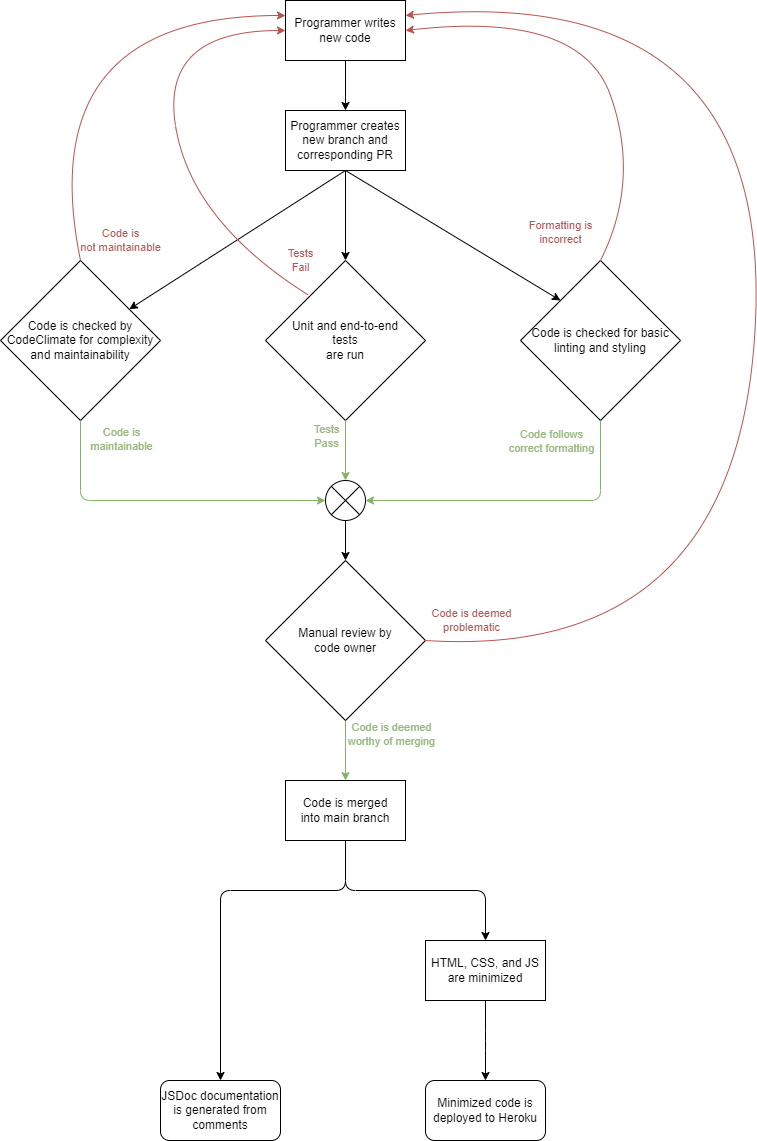
The draw.io diagram admin/cipipeline/pipeline.drawio.png in cse112-sp22-group13/cse112-sp22-group13, before a commit. Source tidied: cells renumbered, new cells last; positions are measured from the earlier drawing's top-left corner, leaving out a move shared by most shapes.
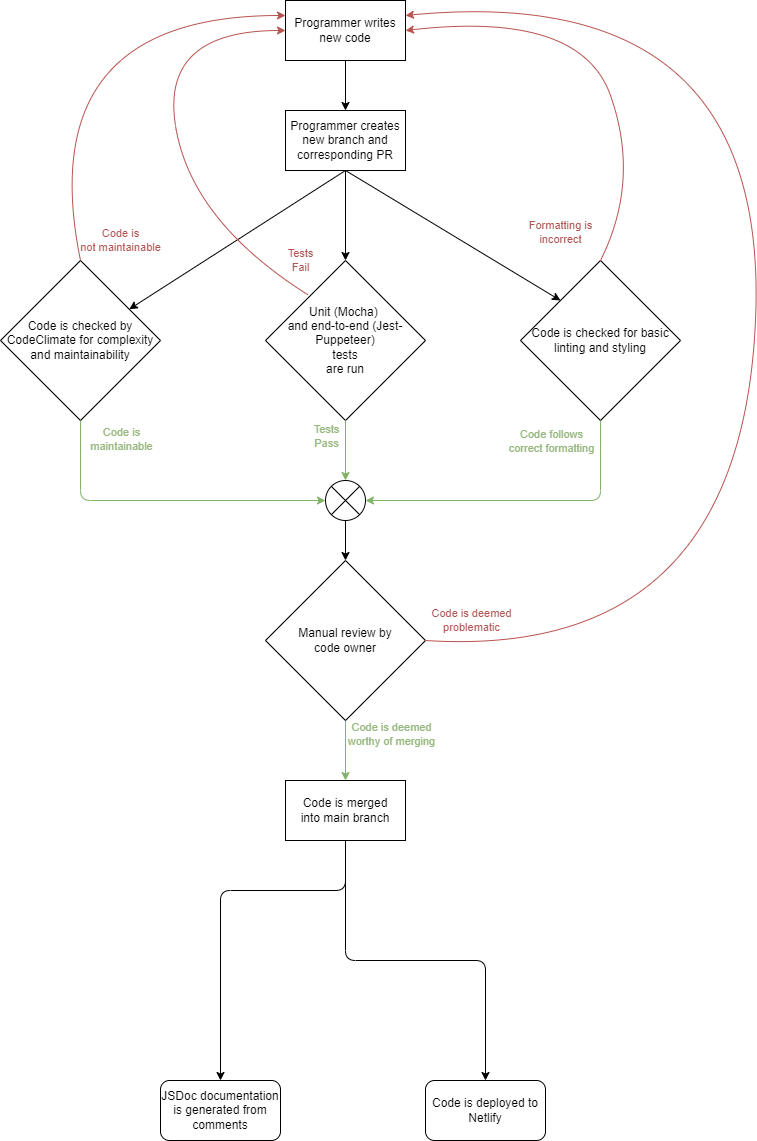
The same file after the commit.

Change to the diagram source:
```diff
@@ -14,7 +14,7 @@
     <mxCell id="5" value="Code is checked by CodeClimate for complexity and maintainability" style="rhombus;whiteSpace=wrap;html=1;" parent="1" vertex="1">
       <mxGeometry y="280" width="160" height="160" as="geometry" />
     </mxCell>
-    <mxCell id="6" value="Unit and end-to-end&lt;br&gt;tests&lt;br&gt;are run" style="rhombus;whiteSpace=wrap;html=1;" parent="1" vertex="1">
+    <mxCell id="6" value="Unit (Mocha) &lt;br&gt;and end-to-end (Jest-Puppeteer)&lt;br&gt;tests&lt;br&gt;are run" style="rhombus;whiteSpace=wrap;html=1;" parent="1" vertex="1">
       <mxGeometry x="265" y="280" width="160" height="160" as="geometry" />
     </mxCell>
     <mxCell id="7" value="Code is checked for basic linting and styling" style="rhombus;whiteSpace=wrap;html=1;" parent="1" vertex="1">
@@ -135,9 +135,6 @@
     <mxCell id="31" value="JSDoc documentation is generated from comments" style="rounded=1;whiteSpace=wrap;html=1;labelBackgroundColor=none;fontColor=#000000;" parent="1" vertex="1">
       <mxGeometry x="160" y="1100" width="120" height="60" as="geometry" />
     </mxCell>
-    <mxCell id="32" value="HTML, CSS, and JS are minimized" style="rounded=0;whiteSpace=wrap;html=1;labelBackgroundColor=none;fontColor=#000000;" parent="1" vertex="1">
-      <mxGeometry x="425" y="960" width="120" height="60" as="geometry" />
-    </mxCell>
     <mxCell id="33" style="edgeStyle=elbowEdgeStyle;elbow=vertical;endArrow=classic;html=1;fontColor=#000000;entryX=0.5;entryY=0;entryDx=0;entryDy=0;exitX=0.5;exitY=1;exitDx=0;exitDy=0;" parent="1" edge="1" source="30" target="31">
       <mxGeometry relative="1" as="geometry">
         <Array as="points">
@@ -145,14 +142,11 @@
         </Array>
       </mxGeometry>
     </mxCell>
-    <mxCell id="34" style="edgeStyle=elbowEdgeStyle;elbow=vertical;endArrow=classic;html=1;fontColor=#000000;exitX=0.5;exitY=1;exitDx=0;exitDy=0;entryX=0.5;entryY=0;entryDx=0;entryDy=0;" parent="1" edge="1" source="30" target="32">
+    <mxCell id="34" style="edgeStyle=elbowEdgeStyle;elbow=vertical;endArrow=classic;html=1;fontColor=#000000;exitX=0.5;exitY=1;exitDx=0;exitDy=0;entryX=0.5;entryY=0;entryDx=0;entryDy=0;" parent="1" edge="1" source="30" target="35">
       <mxGeometry relative="1" as="geometry" />
     </mxCell>
-    <mxCell id="35" value="Minimized code is deployed to Heroku" style="rounded=1;whiteSpace=wrap;html=1;labelBackgroundColor=none;fontColor=#000000;" parent="1" vertex="1">
+    <mxCell id="35" value="Code is deployed to Netlify" style="rounded=1;whiteSpace=wrap;html=1;labelBackgroundColor=none;fontColor=#000000;" parent="1" vertex="1">
       <mxGeometry x="425" y="1100" width="120" height="60" as="geometry" />
     </mxCell>
-    <mxCell id="36" style="edgeStyle=elbowEdgeStyle;elbow=vertical;endArrow=classic;html=1;fontColor=#000000;exitX=0.5;exitY=1;exitDx=0;exitDy=0;" parent="1" edge="1" source="32" target="35">
-      <mxGeometry relative="1" as="geometry" />
-    </mxCell>
   </root>
 </mxGraphModel>
```
